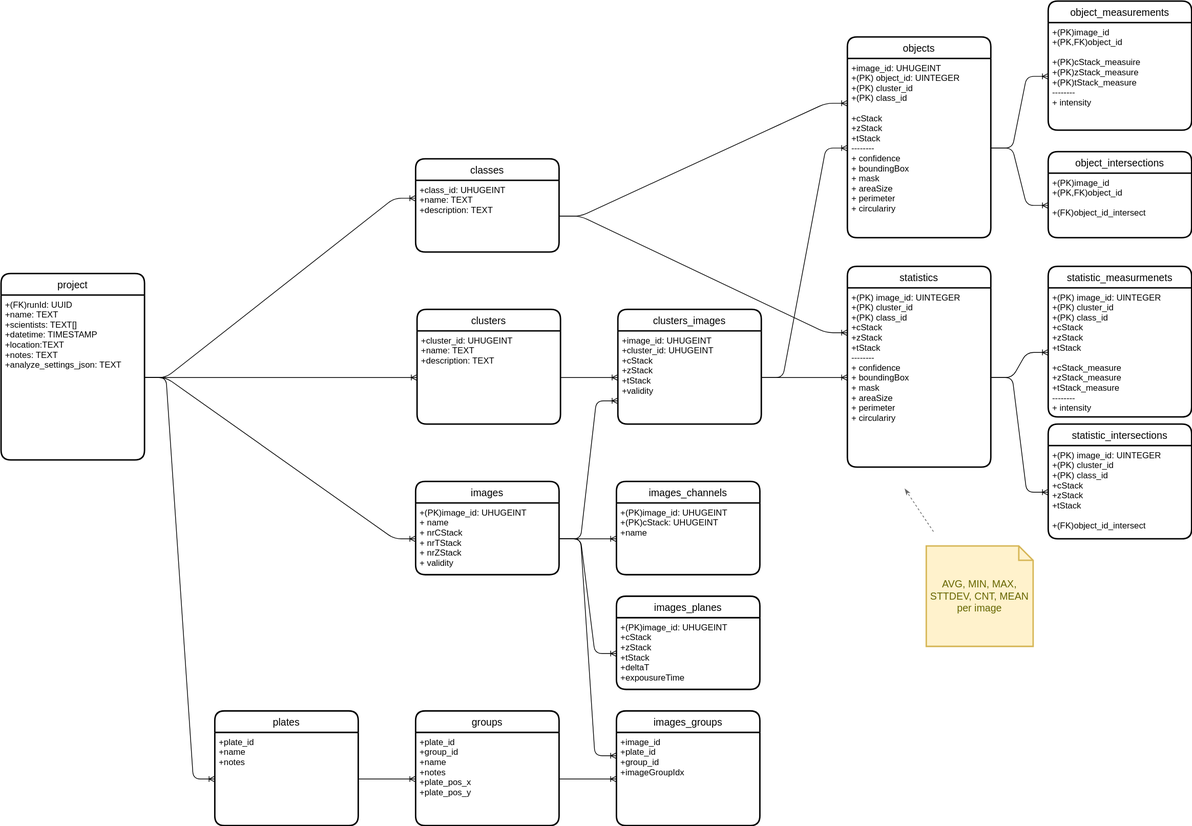
Before: doc/database_schema_new.drawio.svg, a diagram exported from draw.io (joda01/imagec). Source tidied: cells renumbered, new cells last; positions are measured from the earlier drawing's top-left corner, leaving out a move shared by most shapes.
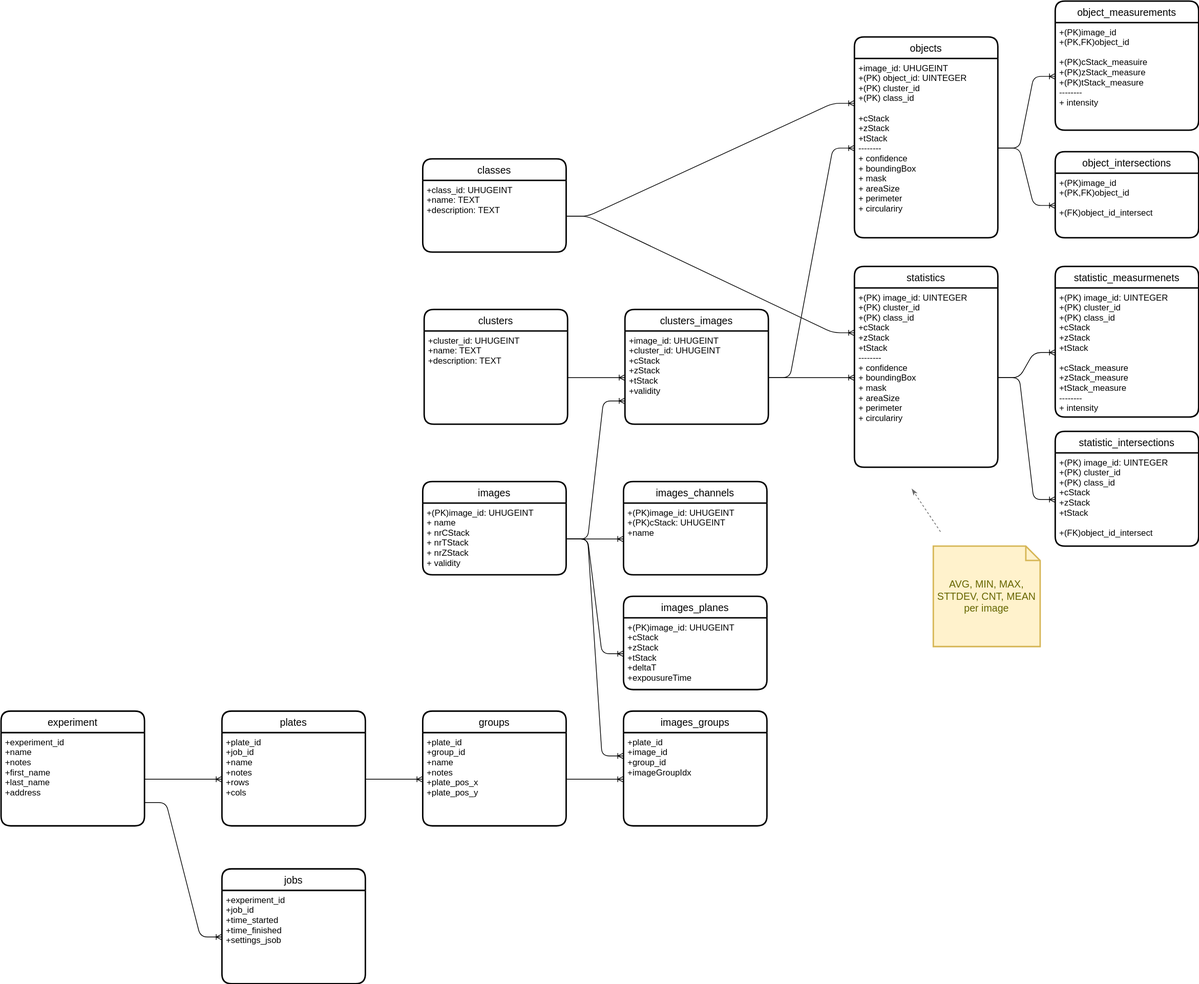
Above is the later version.

Diff of the diagram source:
```diff
@@ -14,12 +14,6 @@
     <mxCell id="5" value="+image_id: UHUGEINT&#10;+(PK) object_id: UINTEGER&#10;+(PK) cluster_id&#10;+(PK) class_id&#10;&#10;+cStack&#10;+zStack&#10;+tStack&#10;--------&#10;+ confidence&#10;+ boundingBox&#10;+ mask&#10;+ areaSize&#10;+ perimeter&#10;+ circulariry" style="align=left;strokeColor=none;fillColor=none;spacingLeft=4;fontSize=12;verticalAlign=top;" parent="4" vertex="1">
       <mxGeometry y="30" width="200" height="250" as="geometry" />
     </mxCell>
-    <mxCell id="6" value="project" style="swimlane;horizontal=1;startSize=30;rounded=1;fontSize=14;fontStyle=0;strokeWidth=2;shadow=0;dashed=0;align=center;" parent="1" vertex="1">
-      <mxGeometry y="380" width="200" height="260" as="geometry" />
-    </mxCell>
-    <mxCell id="7" value="+(FK)runId: UUID&#10;+name: TEXT&#10;+scientists: TEXT[]&#10;+datetime: TIMESTAMP&#10;+location:TEXT&#10;+notes: TEXT&#10;+analyze_settings_json: TEXT" style="align=left;strokeColor=none;fillColor=none;spacingLeft=4;fontSize=12;verticalAlign=top;fontStyle=0;" parent="6" vertex="1">
-      <mxGeometry y="30" width="200" height="230" as="geometry" />
-    </mxCell>
     <mxCell id="8" value="object_measurements" style="swimlane;horizontal=1;startSize=30;rounded=1;fontSize=14;fontStyle=0;strokeWidth=2;shadow=0;dashed=0;align=center;" parent="1" vertex="1">
       <mxGeometry x="1460" width="200" height="180" as="geometry" />
     </mxCell>
@@ -77,7 +71,7 @@
     <mxCell id="26" value="images_groups" style="swimlane;horizontal=1;startSize=30;rounded=1;fontSize=14;fontStyle=0;strokeWidth=2;shadow=0;dashed=0;align=center;" parent="1" vertex="1">
       <mxGeometry x="858" y="990" width="200" height="160" as="geometry" />
     </mxCell>
-    <mxCell id="27" value="+image_id&#10;+plate_id&#10;+group_id&#10;+imageGroupIdx" style="align=left;strokeColor=none;fillColor=none;spacingLeft=4;fontSize=12;verticalAlign=top;fontStyle=0;" parent="26" vertex="1">
+    <mxCell id="27" value="+plate_id&#10;+image_id&#10;+group_id&#10;+imageGroupIdx" style="align=left;strokeColor=none;fillColor=none;spacingLeft=4;fontSize=12;verticalAlign=top;fontStyle=0;" parent="26" vertex="1">
       <mxGeometry y="30" width="200" height="130" as="geometry" />
     </mxCell>
     <mxCell id="28" style="edgeStyle=entityRelationEdgeStyle;fontSize=12;html=1;endArrow=ERoneToMany;exitX=1;exitY=0.5;exitDx=0;exitDy=0;entryX=0;entryY=0.5;entryDx=0;entryDy=0;" parent="1" edge="1" source="25" target="27">
@@ -104,7 +98,7 @@
     <mxCell id="35" value="plates" style="swimlane;horizontal=1;startSize=30;rounded=1;fontSize=14;fontStyle=0;strokeWidth=2;shadow=0;dashed=0;align=center;" parent="1" vertex="1">
       <mxGeometry x="298" y="990" width="200" height="160" as="geometry" />
     </mxCell>
-    <mxCell id="36" value="+plate_id&#10;+name&#10;+notes" style="align=left;strokeColor=none;fillColor=none;spacingLeft=4;fontSize=12;verticalAlign=top;fontStyle=0;" parent="35" vertex="1">
+    <mxCell id="36" value="+plate_id&#10;+job_id&#10;+name&#10;+notes&#10;+rows&#10;+cols" style="align=left;strokeColor=none;fillColor=none;spacingLeft=4;fontSize=12;verticalAlign=top;fontStyle=0;" parent="35" vertex="1">
       <mxGeometry y="30" width="200" height="130" as="geometry" />
     </mxCell>
     <mxCell id="37" style="edgeStyle=entityRelationEdgeStyle;fontSize=12;html=1;endArrow=ERoneToMany;exitX=1;exitY=0.5;exitDx=0;exitDy=0;entryX=0;entryY=0.5;entryDx=0;entryDy=0;" parent="1" edge="1" source="36" target="25">
@@ -134,18 +128,6 @@
         <mxPoint x="1260" y="680" as="targetPoint" />
       </mxGeometry>
     </mxCell>
-    <mxCell id="45" style="edgeStyle=entityRelationEdgeStyle;fontSize=12;html=1;endArrow=ERoneToMany;exitX=1;exitY=0.5;exitDx=0;exitDy=0;entryX=0;entryY=0.25;entryDx=0;entryDy=0;" parent="1" edge="1" source="7" target="14">
-      <mxGeometry relative="1" as="geometry" />
-    </mxCell>
-    <mxCell id="46" style="edgeStyle=entityRelationEdgeStyle;fontSize=12;html=1;endArrow=ERoneToMany;exitX=1;exitY=0.5;exitDx=0;exitDy=0;entryX=0;entryY=0.5;entryDx=0;entryDy=0;" parent="1" edge="1" source="7" target="12">
-      <mxGeometry relative="1" as="geometry" />
-    </mxCell>
-    <mxCell id="47" style="edgeStyle=entityRelationEdgeStyle;fontSize=12;html=1;endArrow=ERoneToMany;exitX=1;exitY=0.5;exitDx=0;exitDy=0;entryX=0;entryY=0.5;entryDx=0;entryDy=0;" parent="1" edge="1" source="7" target="3">
-      <mxGeometry relative="1" as="geometry" />
-    </mxCell>
-    <mxCell id="48" style="edgeStyle=entityRelationEdgeStyle;fontSize=12;html=1;endArrow=ERoneToMany;exitX=1;exitY=0.5;exitDx=0;exitDy=0;entryX=0;entryY=0.5;entryDx=0;entryDy=0;" parent="1" edge="1" source="7" target="36">
-      <mxGeometry relative="1" as="geometry" />
-    </mxCell>
     <mxCell id="49" value="object_intersections" style="swimlane;horizontal=1;startSize=30;rounded=1;fontSize=14;fontStyle=0;strokeWidth=2;shadow=0;dashed=0;align=center;" parent="1" vertex="1">
       <mxGeometry x="1460" y="210" width="200" height="120" as="geometry" />
     </mxCell>
@@ -156,7 +138,7 @@
       <mxGeometry relative="1" as="geometry" />
     </mxCell>
     <mxCell id="52" value="statistic_intersections" style="swimlane;horizontal=1;startSize=30;rounded=1;fontSize=14;fontStyle=0;strokeWidth=2;shadow=0;dashed=0;align=center;" parent="1" vertex="1">
-      <mxGeometry x="1460" y="590" width="200" height="160" as="geometry" />
+      <mxGeometry x="1460" y="600" width="200" height="160" as="geometry" />
     </mxCell>
     <mxCell id="53" value="+(PK) image_id: UINTEGER&#10;+(PK) cluster_id&#10;+(PK) class_id&#10;+cStack&#10;+zStack&#10;+tStack&#10;&#10;+(FK)object_id_intersect" style="align=left;strokeColor=none;fillColor=none;spacingLeft=4;fontSize=12;verticalAlign=top;" parent="52" vertex="1">
       <mxGeometry y="30" width="200" height="130" as="geometry" />
@@ -164,5 +146,23 @@
     <mxCell id="54" style="edgeStyle=entityRelationEdgeStyle;fontSize=12;html=1;endArrow=ERoneToMany;exitX=1;exitY=0.5;exitDx=0;exitDy=0;entryX=0;entryY=0.5;entryDx=0;entryDy=0;" parent="1" edge="1" source="31" target="53">
       <mxGeometry relative="1" as="geometry" />
     </mxCell>
+    <mxCell id="55" value="experiment" style="swimlane;horizontal=1;startSize=30;rounded=1;fontSize=14;fontStyle=0;strokeWidth=2;shadow=0;dashed=0;align=center;" parent="1" vertex="1">
+      <mxGeometry x="-10" y="990" width="200" height="160" as="geometry" />
+    </mxCell>
+    <mxCell id="56" value="+experiment_id&#10;+name&#10;+notes&#10;+first_name&#10;+last_name&#10;+address" style="align=left;strokeColor=none;fillColor=none;spacingLeft=4;fontSize=12;verticalAlign=top;fontStyle=0;" parent="55" vertex="1">
+      <mxGeometry y="30" width="200" height="130" as="geometry" />
+    </mxCell>
+    <mxCell id="57" style="edgeStyle=entityRelationEdgeStyle;fontSize=12;html=1;endArrow=ERoneToMany;exitX=1;exitY=0.5;exitDx=0;exitDy=0;entryX=0;entryY=0.5;entryDx=0;entryDy=0;" parent="1" edge="1" source="56" target="36">
+      <mxGeometry relative="1" as="geometry" />
+    </mxCell>
+    <mxCell id="58" value="jobs" style="swimlane;horizontal=1;startSize=30;rounded=1;fontSize=14;fontStyle=0;strokeWidth=2;shadow=0;dashed=0;align=center;" parent="1" vertex="1">
+      <mxGeometry x="298" y="1210" width="200" height="160" as="geometry" />
+    </mxCell>
+    <mxCell id="59" value="+experiment_id&#10;+job_id&#10;+time_started&#10;+time_finished&#10;+settings_jsob" style="align=left;strokeColor=none;fillColor=none;spacingLeft=4;fontSize=12;verticalAlign=top;fontStyle=0;" parent="58" vertex="1">
+      <mxGeometry y="30" width="200" height="130" as="geometry" />
+    </mxCell>
+    <mxCell id="60" style="edgeStyle=entityRelationEdgeStyle;fontSize=12;html=1;endArrow=ERoneToMany;exitX=1;exitY=0.75;exitDx=0;exitDy=0;entryX=0;entryY=0.5;entryDx=0;entryDy=0;" parent="1" edge="1" source="56" target="59">
+      <mxGeometry relative="1" as="geometry" />
+    </mxCell>
   </root>
 </mxGraphModel>
```
